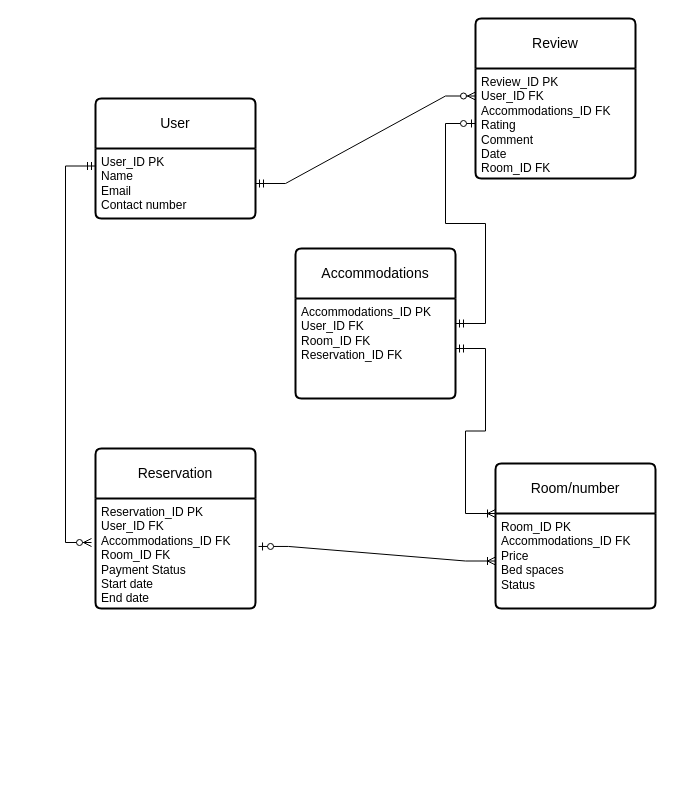
The draw.io diagram Crow`sFoot.drawio in M1RVKL/MavpoLabs, before the edit. Source tidied: cells renumbered, new cells numbered last; positions are measured from the earlier drawing's top-left corner, leaving out a move shared by most shapes. Both pictures are drawn from the tidied source at 100%, with x=0, y=0 at pixel (65, 18).
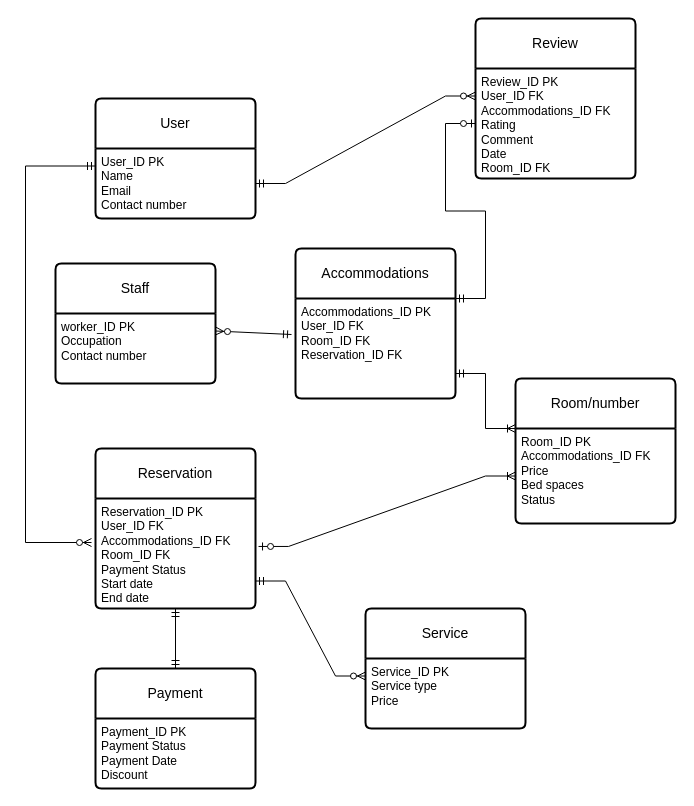
The same page after the edit.

Commit message:
crow`s foot_final_ver

Unchanged cells that the change refers to:
```xml
<mxCell id="3" value="Room_ID PK&lt;br&gt;Accommodations_ID FK&lt;br&gt;&lt;div&gt;Price&lt;/div&gt;&lt;div&gt;Bed spaces&lt;br&gt;Status&lt;/div&gt;" style="align=left;strokeColor=none;fillColor=none;spacingLeft=4;spacingRight=4;fontSize=12;verticalAlign=top;html=1;whiteSpace=wrap;" parent="2" vertex="1">
  <mxGeometry y="50" width="160" height="95" as="geometry" />
</mxCell>
<mxCell id="5" value="Accommodations_ID PK&lt;br&gt;User_ID FK&lt;br&gt;Room_ID FK&lt;div&gt;Reservation_ID FK&lt;/div&gt;" style="align=left;strokeColor=none;fillColor=none;spacingLeft=4;spacingRight=4;fontSize=12;verticalAlign=top;html=1;whiteSpace=wrap;" parent="4" vertex="1">
  <mxGeometry y="50" width="160" height="100" as="geometry" />
</mxCell>
<mxCell id="7" value="User_ID PK&lt;div&gt;Name&lt;br&gt;Email&lt;/div&gt;&lt;div&gt;Contact number&lt;/div&gt;" style="align=left;strokeColor=none;fillColor=none;spacingLeft=4;spacingRight=4;fontSize=12;verticalAlign=top;html=1;whiteSpace=wrap;" parent="6" vertex="1">
  <mxGeometry y="50" width="160" height="70" as="geometry" />
</mxCell>
<mxCell id="9" value="Review_ID PK&lt;br&gt;User_ID FK&lt;div&gt;Accommodations_ID FK&lt;br&gt;Rating&amp;nbsp;&lt;br&gt;Comment&lt;br&gt;Date&lt;/div&gt;&lt;div&gt;Room_ID FK&lt;/div&gt;" style="align=left;strokeColor=none;fillColor=none;spacingLeft=4;spacingRight=4;fontSize=12;verticalAlign=top;html=1;whiteSpace=wrap;" parent="8" vertex="1">
  <mxGeometry y="50" width="160" height="110" as="geometry" />
</mxCell>
<mxCell id="11" value="Reservation_ID PK&lt;div&gt;User_ID FK&lt;div&gt;Accommodations_ID FK&lt;/div&gt;&lt;div&gt;Room_ID FK&lt;br&gt;Payment Status&lt;/div&gt;&lt;div&gt;Start date&lt;br&gt;End date&lt;/div&gt;&lt;div&gt;&lt;br&gt;&lt;/div&gt;&lt;/div&gt;" style="align=left;strokeColor=none;fillColor=none;spacingLeft=4;spacingRight=4;fontSize=12;verticalAlign=top;html=1;whiteSpace=wrap;" parent="10" vertex="1">
  <mxGeometry y="50" width="160" height="110" as="geometry" />
</mxCell>
```

What changed in the source:
```diff
@@
     <mxCell id="2" value="Room/number" style="swimlane;horizontal=1;startSize=50;rounded=1;fontSize=14;fontStyle=0;strokeWidth=2;shadow=0;dashed=0;align=center;arcSize=4;whiteSpace=wrap;html=1;" parent="1" vertex="1">
-      <mxGeometry x="430" y="445" width="160" height="145" as="geometry" />
+      <mxGeometry x="450" y="360" width="160" height="145" as="geometry" />
     </mxCell>
@@
-    <mxCell id="12" style="edgeStyle=entityRelationEdgeStyle;fontSize=12;html=1;endArrow=ERoneToMany;startArrow=ERmandOne;rounded=0;exitX=1;exitY=0.5;exitDx=0;exitDy=0;entryX=0;entryY=0;entryDx=0;entryDy=0;" parent="1" edge="1" source="5" target="3">
+    <mxCell id="12" style="edgeStyle=entityRelationEdgeStyle;fontSize=12;html=1;endArrow=ERoneToMany;startArrow=ERmandOne;rounded=0;exitX=1;exitY=0.75;exitDx=0;exitDy=0;entryX=0;entryY=0;entryDx=0;entryDy=0;" parent="1" edge="1" source="5" target="3">
       <mxGeometry relative="1" as="geometry" />
     </mxCell>
@@
     <mxCell id="14" style="edgeStyle=orthogonalEdgeStyle;fontSize=12;html=1;endArrow=ERzeroToMany;startArrow=ERmandOne;rounded=0;entryX=-0.025;entryY=0.4;entryDx=0;entryDy=0;exitX=0;exitY=0.25;exitDx=0;exitDy=0;entryPerimeter=0;" parent="1" edge="1" source="7" target="11">
       <mxGeometry relative="1" as="geometry">
         <Array as="points">
-          <mxPoint y="148" />
-          <mxPoint y="524" />
+          <mxPoint x="-40" y="148" />
+          <mxPoint x="-40" y="524" />
         </Array>
       </mxGeometry>
     </mxCell>
-    <mxCell id="15" style="edgeStyle=entityRelationEdgeStyle;fontSize=12;html=1;endArrow=ERzeroToOne;startArrow=ERmandOne;rounded=0;exitX=1;exitY=0.25;exitDx=0;exitDy=0;entryX=0;entryY=0.5;entryDx=0;entryDy=0;" parent="1" edge="1" source="5" target="9">
+    <mxCell id="15" style="edgeStyle=entityRelationEdgeStyle;fontSize=12;html=1;endArrow=ERzeroToOne;startArrow=ERmandOne;rounded=0;exitX=1;exitY=0;exitDx=0;exitDy=0;entryX=0;entryY=0.5;entryDx=0;entryDy=0;" parent="1" edge="1" source="5" target="9">
       <mxGeometry relative="1" as="geometry" />
     </mxCell>
@@
+    <mxCell id="17" value="Payment" style="swimlane;horizontal=1;startSize=50;rounded=1;fontSize=14;fontStyle=0;strokeWidth=2;shadow=0;dashed=0;align=center;arcSize=4;whiteSpace=wrap;html=1;" parent="1" vertex="1">
+      <mxGeometry x="30" y="650" width="160" height="120" as="geometry" />
+    </mxCell>
+    <mxCell id="18" value="Payment_ID PK&lt;div&gt;Payment Status&lt;/div&gt;&lt;div&gt;Payment Date&lt;/div&gt;&lt;div&gt;Discount&lt;/div&gt;" style="align=left;strokeColor=none;fillColor=none;spacingLeft=4;spacingRight=4;fontSize=12;verticalAlign=top;html=1;whiteSpace=wrap;" parent="17" vertex="1">
+      <mxGeometry y="50" width="160" height="70" as="geometry" />
+    </mxCell>
+    <mxCell id="19" value="Staff" style="swimlane;horizontal=1;startSize=50;rounded=1;fontSize=14;fontStyle=0;strokeWidth=2;shadow=0;dashed=0;align=center;arcSize=4;whiteSpace=wrap;html=1;" parent="1" vertex="1">
+      <mxGeometry x="-10" y="245" width="160" height="120" as="geometry" />
+    </mxCell>
+    <mxCell id="20" value="worker_ID PK&lt;div&gt;Occupation&lt;br&gt;Contact number&lt;br&gt;&lt;div&gt;&lt;br&gt;&lt;/div&gt;&lt;/div&gt;" style="align=left;strokeColor=none;fillColor=none;spacingLeft=4;spacingRight=4;fontSize=12;verticalAlign=top;html=1;whiteSpace=wrap;" parent="19" vertex="1">
+      <mxGeometry y="50" width="160" height="70" as="geometry" />
+    </mxCell>
+    <mxCell id="21" value="Service" style="swimlane;horizontal=1;startSize=50;rounded=1;fontSize=14;fontStyle=0;strokeWidth=2;shadow=0;dashed=0;align=center;arcSize=4;whiteSpace=wrap;html=1;" parent="1" vertex="1">
+      <mxGeometry x="300" y="590" width="160" height="120" as="geometry" />
+    </mxCell>
+    <mxCell id="22" value="Service_ID PK&lt;br&gt;Service type&lt;br&gt;Price" style="align=left;strokeColor=none;fillColor=none;spacingLeft=4;spacingRight=4;fontSize=12;verticalAlign=top;html=1;whiteSpace=wrap;" parent="21" vertex="1">
+      <mxGeometry y="50" width="160" height="70" as="geometry" />
+    </mxCell>
+    <mxCell id="23" style="fontSize=12;html=1;endArrow=ERzeroToMany;startArrow=ERmandOne;rounded=0;entryX=1;entryY=0.25;entryDx=0;entryDy=0;exitX=-0.025;exitY=0.36;exitDx=0;exitDy=0;exitPerimeter=0;" parent="1" edge="1" source="5" target="20">
+      <mxGeometry relative="1" as="geometry" />
+    </mxCell>
+    <mxCell id="24" style="fontSize=12;html=1;endArrow=ERmandOne;startArrow=ERmandOne;rounded=0;exitX=0.5;exitY=0;exitDx=0;exitDy=0;entryX=0.5;entryY=1;entryDx=0;entryDy=0;" parent="1" edge="1" source="17" target="11">
+      <mxGeometry relative="1" as="geometry" />
+    </mxCell>
+    <mxCell id="25" style="edgeStyle=entityRelationEdgeStyle;fontSize=12;html=1;endArrow=ERzeroToMany;startArrow=ERmandOne;rounded=0;exitX=1;exitY=0.75;exitDx=0;exitDy=0;entryX=0;entryY=0.25;entryDx=0;entryDy=0;" parent="1" edge="1" source="11" target="22">
+      <mxGeometry relative="1" as="geometry" />
+    </mxCell>
```
